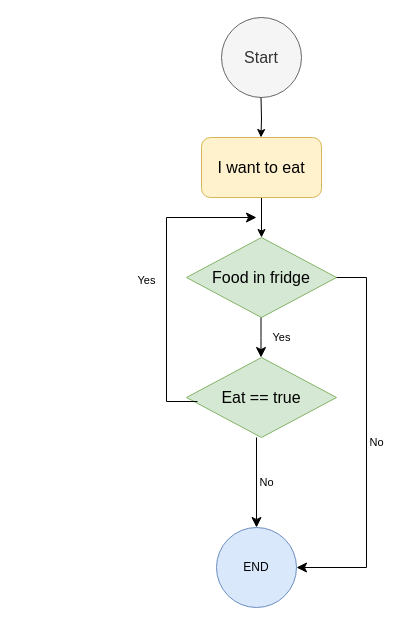
This is ex002/other/b.drawio from YuriiOsipchuk/HomeWorkGo, a draw.io file, before an edit. Source tidied: cells renumbered, new cells numbered last; positions are measured from the earlier drawing's top-left corner, leaving out a move shared by most shapes. Both pictures are drawn from the tidied source at 100%, with x=0, y=0 at pixel (166, 17).
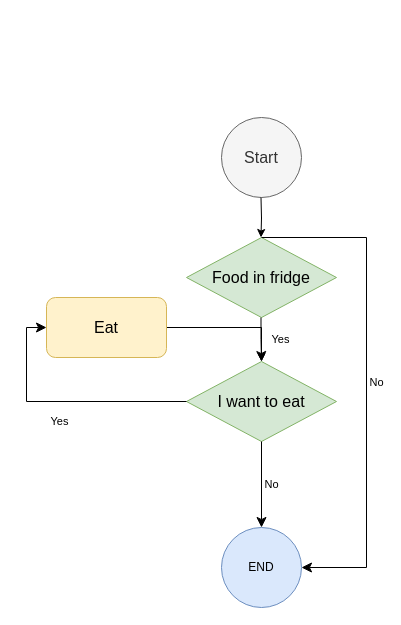
After the change.

Unchanged cells that the change refers to:
```xml
<mxCell id="6" value="Food in fridge" style="rhombus;whiteSpace=wrap;html=1;fontSize=16;fillColor=#d5e8d4;strokeColor=#82b366;" parent="1" vertex="1">
  <mxGeometry x="20" y="220" width="150" height="80" as="geometry" />
</mxCell>
```

Diff of the diagram source:
```diff
@@
     <mxCell id="2" value="&lt;font style=&quot;font-size: 16px;&quot;&gt;Start&lt;/font&gt;" style="ellipse;whiteSpace=wrap;html=1;fillColor=#f5f5f5;fontColor=#333333;strokeColor=#666666;" parent="1" vertex="1">
-      <mxGeometry x="55" width="80" height="80" as="geometry" />
+      <mxGeometry x="55" y="100" width="80" height="80" as="geometry" />
     </mxCell>
     <mxCell id="3" value="END" style="ellipse;whiteSpace=wrap;html=1;fillColor=#dae8fc;strokeColor=#6c8ebf;" parent="1" vertex="1">
-      <mxGeometry x="50" y="510" width="80" height="80" as="geometry" />
+      <mxGeometry x="55" y="510" width="80" height="80" as="geometry" />
     </mxCell>
-    <mxCell id="4" style="edgeStyle=orthogonalEdgeStyle;rounded=0;jettySize=auto;html=1;fontSize=16;" parent="1" edge="1" source="5" target="6">
-      <mxGeometry relative="1" as="geometry" />
-    </mxCell>
+    <mxCell id="13" style="edgeStyle=orthogonalEdgeStyle;rounded=0;jettySize=auto;html=1;" parent="1" edge="1" source="5" target="7">
+      <mxGeometry relative="1" as="geometry" />
+    </mxCell>
-    <mxCell id="5" value="I want to eat" style="rounded=1;whiteSpace=wrap;html=1;fontSize=16;fillColor=#fff2cc;strokeColor=#d6b656;" parent="1" vertex="1">
-      <mxGeometry x="35" y="120" width="120" height="60" as="geometry" />
+    <mxCell id="5" value="Eat" style="rounded=1;whiteSpace=wrap;html=1;fontSize=16;fillColor=#fff2cc;strokeColor=#d6b656;" parent="1" vertex="1">
+      <mxGeometry x="-120" y="280" width="120" height="60" as="geometry" />
     </mxCell>
@@
-    <mxCell id="7" value="Eat == true" style="rhombus;whiteSpace=wrap;html=1;fontSize=16;fillColor=#d5e8d4;strokeColor=#82b366;" parent="1" vertex="1">
-      <mxGeometry x="20" y="340" width="150" height="80" as="geometry" />
+    <mxCell id="7" value="I want to eat" style="rhombus;whiteSpace=wrap;html=1;fontSize=16;fillColor=#d5e8d4;strokeColor=#82b366;" parent="1" vertex="1">
+      <mxGeometry x="20" y="344" width="150" height="80" as="geometry" />
     </mxCell>
     <mxCell id="8" style="edgeStyle=orthogonalEdgeStyle;rounded=0;orthogonalLoop=1;jettySize=auto;html=1;fontSize=16;endArrow=classic;endFill=1;" parent="1" edge="1">
       <mxGeometry relative="1" as="geometry">
-        <mxPoint x="94.5" y="80" as="sourcePoint" />
-        <mxPoint x="94.5" y="120" as="targetPoint" />
+        <mxPoint x="94.5" y="180" as="sourcePoint" />
+        <mxPoint x="94.5" y="220" as="targetPoint" />
       </mxGeometry>
     </mxCell>
-    <mxCell id="9" value="Yes" style="rounded=0;html=1;jettySize=auto;orthogonalLoop=1;fontSize=11;endArrow=classic;endFill=1;endSize=8;strokeWidth=1;shadow=0;labelBackgroundColor=none;edgeStyle=orthogonalEdgeStyle;" parent="1" edge="1">
+    <mxCell id="9" value="Yes" style="rounded=0;html=1;jettySize=auto;fontSize=11;endArrow=classic;endFill=1;endSize=8;strokeWidth=1;shadow=0;labelBackgroundColor=none;edgeStyle=orthogonalEdgeStyle;entryX=0.5;entryY=0;entryDx=0;entryDy=0;" parent="1" edge="1" target="7">
       <mxGeometry y="20" relative="1" as="geometry">
         <mxPoint x="94.5" y="300" as="sourcePoint" />
-        <mxPoint x="94.5" y="340" as="targetPoint" />
         <Array as="points">
-          <mxPoint x="95" y="320" />
-          <mxPoint x="95" y="320" />
+          <mxPoint x="95" y="322" />
+          <mxPoint x="95" y="322" />
         </Array>
       </mxGeometry>
     </mxCell>
     <mxCell id="10" value="No" style="rounded=0;html=1;jettySize=auto;fontSize=11;endArrow=classic;endFill=1;endSize=8;strokeWidth=1;shadow=0;labelBackgroundColor=none;entryX=1;entryY=0.5;entryDx=0;entryDy=0;edgeStyle=orthogonalEdgeStyle;" parent="1" edge="1" source="6" target="3">
       <mxGeometry y="10" relative="1" as="geometry">
         <Array as="points">
-          <mxPoint x="200" y="260" />
+          <mxPoint x="200" y="220" />
           <mxPoint x="200" y="550" />
         </Array>
       </mxGeometry>
     </mxCell>
-    <mxCell id="11" value="No" style="rounded=0;html=1;jettySize=auto;orthogonalLoop=1;fontSize=11;endArrow=classic;endFill=1;endSize=8;strokeWidth=1;shadow=0;labelBackgroundColor=none;" parent="1" edge="1">
-      <mxGeometry y="10" relative="1" as="geometry">
-        <mxPoint x="90" y="420" as="sourcePoint" />
-        <mxPoint x="90" y="510" as="targetPoint" />
-      </mxGeometry>
+    <mxCell id="11" value="No" style="rounded=0;html=1;jettySize=auto;fontSize=11;endArrow=classic;endFill=1;endSize=8;strokeWidth=1;shadow=0;labelBackgroundColor=none;exitX=0.5;exitY=1;exitDx=0;exitDy=0;entryX=0.5;entryY=0;entryDx=0;entryDy=0;" parent="1" edge="1" source="7" target="3">
+      <mxGeometry y="10" relative="1" as="geometry" />
     </mxCell>
-    <mxCell id="12" value="Yes" style="rounded=0;html=1;jettySize=auto;fontSize=11;endArrow=classic;endFill=1;endSize=8;strokeWidth=1;shadow=0;labelBackgroundColor=none;edgeStyle=orthogonalEdgeStyle;exitX=0.073;exitY=0.55;exitDx=0;exitDy=0;exitPerimeter=0;" parent="1" edge="1" source="7">
+    <mxCell id="12" value="Yes" style="rounded=0;html=1;jettySize=auto;fontSize=11;endArrow=classic;endFill=1;endSize=8;strokeWidth=1;shadow=0;labelBackgroundColor=none;edgeStyle=orthogonalEdgeStyle;entryX=0;entryY=0.5;entryDx=0;entryDy=0;exitX=0;exitY=0.5;exitDx=0;exitDy=0;" parent="1" edge="1" source="7" target="5">
       <mxGeometry y="20" relative="1" as="geometry">
-        <mxPoint x="90" y="200" as="targetPoint" />
         <Array as="points">
-          <mxPoint y="384" />
-          <mxPoint y="200" />
+          <mxPoint x="20" y="384" />
+          <mxPoint x="-140" y="384" />
+          <mxPoint x="-140" y="310" />
         </Array>
       </mxGeometry>
     </mxCell>
```
